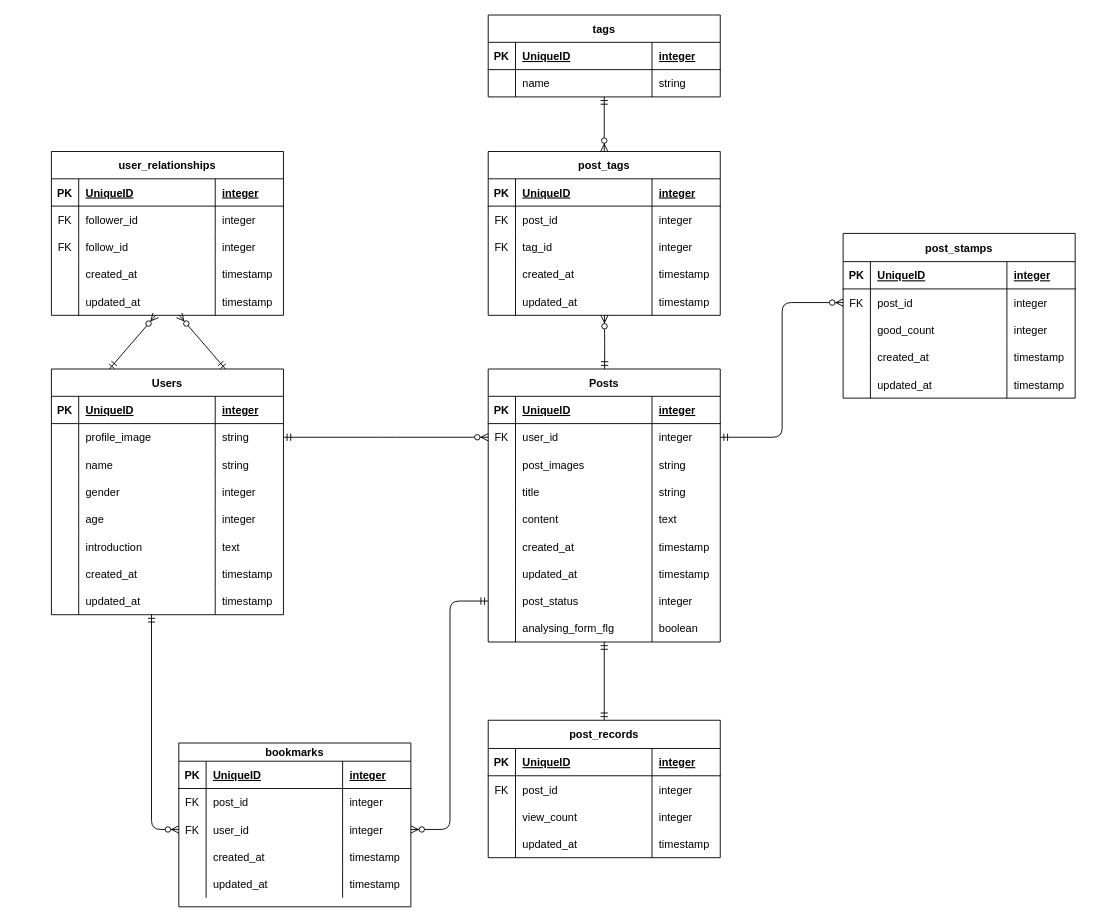
Above: er_figure.drawio in Hanakus0/ideas_collection (draw.io), before the change. Source tidied: cells renumbered, new cells numbered last; positions are measured from the earlier drawing's top-left corner, leaving out a move shared by most shapes. Both pictures are drawn from the tidied source at 91%, with x=0, y=0 at pixel (51, 15).
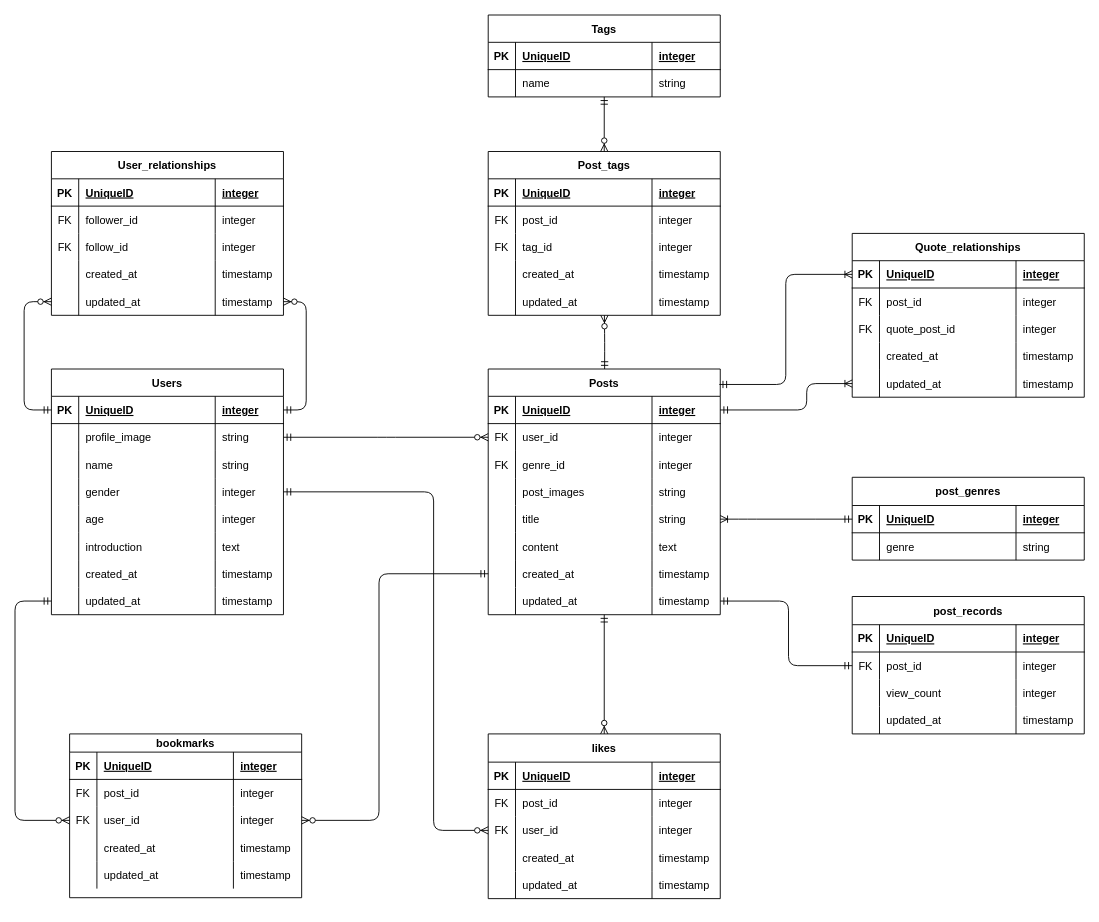
The same diagram, later.

The change refers to these unchanged cells:
```xml
<mxCell id="2" value="Users" style="shape=table;startSize=30;childLayout=tableLayout;rowLines=0;fontStyle=1;align=center;" parent="1" vertex="1">
  <mxGeometry y="389" width="255" height="270" as="geometry" />
</mxCell>
<mxCell id="3" style="shape=tableRow;horizontal=0;startSize=0;swimlaneHead=0;swimlaneBody=0;fillColor=none;points=[[0,0.5],[1,0.5]];portConstraint=eastwest;top=0;left=0;right=0;bottom=1;" parent="2" vertex="1">
  <mxGeometry y="30" width="255" height="30" as="geometry" />
</mxCell>
<mxCell id="15" style="shape=tableRow;horizontal=0;startSize=0;swimlaneHead=0;swimlaneBody=0;fillColor=none;points=[[0,0.5],[1,0.5]];portConstraint=eastwest;top=0;left=0;right=0;bottom=0;" parent="2" vertex="1">
  <mxGeometry y="120" width="255" height="30" as="geometry" />
</mxCell>
<mxCell id="31" style="shape=tableRow;horizontal=0;startSize=0;swimlaneHead=0;swimlaneBody=0;fillColor=none;points=[[0,0.5],[1,0.5]];portConstraint=eastwest;top=0;left=0;right=0;bottom=0;" parent="2" vertex="1">
  <mxGeometry y="240" width="255" height="30" as="geometry" />
</mxCell>
<mxCell id="36" style="shape=tableRow;horizontal=0;startSize=0;swimlaneHead=0;swimlaneBody=0;fillColor=none;points=[[0,0.5],[1,0.5]];portConstraint=eastwest;top=0;left=0;right=0;bottom=1;" parent="35" vertex="1">
  <mxGeometry y="30" width="255" height="30" as="geometry" />
</mxCell>
<mxCell id="40" style="shape=tableRow;horizontal=0;startSize=0;swimlaneHead=0;swimlaneBody=0;fillColor=none;points=[[0,0.5],[1,0.5]];portConstraint=eastwest;top=0;left=0;right=0;bottom=0;" parent="35" vertex="1">
  <mxGeometry y="60" width="255" height="30" as="geometry" />
</mxCell>
<mxCell id="77" style="shape=tableRow;horizontal=0;startSize=0;swimlaneHead=0;swimlaneBody=0;fillColor=none;points=[[0,0.5],[1,0.5]];portConstraint=eastwest;top=0;left=0;right=0;bottom=0;" parent="72" vertex="1">
  <mxGeometry y="61" width="255" height="30" as="geometry" />
</mxCell>
<mxCell id="81" style="shape=tableRow;horizontal=0;startSize=0;swimlaneHead=0;swimlaneBody=0;fillColor=none;points=[[0,0.5],[1,0.5]];portConstraint=eastwest;top=0;left=0;right=0;bottom=0;" parent="72" vertex="1">
  <mxGeometry y="91" width="255" height="30" as="geometry" />
</mxCell>
<mxCell id="102" style="shape=tableRow;horizontal=0;startSize=0;swimlaneHead=0;swimlaneBody=0;fillColor=none;points=[[0,0.5],[1,0.5]];portConstraint=eastwest;top=0;left=0;right=0;bottom=0;" parent="93" vertex="1">
  <mxGeometry y="80" width="255" height="30" as="geometry" />
</mxCell>
<mxCell id="123" style="shape=tableRow;horizontal=0;startSize=0;swimlaneHead=0;swimlaneBody=0;fillColor=none;points=[[0,0.5],[1,0.5]];portConstraint=eastwest;top=0;left=0;right=0;bottom=0;" parent="118" vertex="1">
  <mxGeometry y="61" width="255" height="30" as="geometry" />
</mxCell>
<mxCell id="185" style="shape=tableRow;horizontal=0;startSize=0;swimlaneHead=0;swimlaneBody=0;fillColor=none;points=[[0,0.5],[1,0.5]];portConstraint=eastwest;top=0;left=0;right=0;bottom=0;" parent="168" vertex="1">
  <mxGeometry y="150" width="255" height="30" as="geometry" />
</mxCell>
```

What changed in the source:
```diff
@@
     <mxCell id="35" value="Posts" style="shape=table;startSize=30;childLayout=tableLayout;rowLines=0;fontStyle=1;align=center;" parent="1" vertex="1">
-      <mxGeometry x="480" y="389" width="255" height="300" as="geometry" />
+      <mxGeometry x="480" y="389" width="255" height="270" as="geometry" />
     </mxCell>
@@
+    <mxCell id="68" style="shape=tableRow;horizontal=0;startSize=0;swimlaneHead=0;swimlaneBody=0;fillColor=none;points=[[0,0.5],[1,0.5]];portConstraint=eastwest;top=0;left=0;right=0;bottom=0;" parent="35" vertex="1">
+      <mxGeometry y="90" width="255" height="30" as="geometry" />
+    </mxCell>
+    <mxCell id="69" value="FK" style="shape=partialRectangle;fillColor=none;top=0;left=0;bottom=0;right=0;overflow=hidden;" parent="68" vertex="1">
+      <mxGeometry width="30" height="30" as="geometry" />
+    </mxCell>
+    <mxCell id="70" value="genre_id" style="shape=partialRectangle;fillColor=none;top=0;left=0;bottom=0;right=0;align=left;spacingLeft=6;overflow=hidden;" parent="68" vertex="1">
+      <mxGeometry x="30" width="150" height="30" as="geometry" />
+    </mxCell>
+    <mxCell id="71" value="integer" style="shape=partialRectangle;fillColor=none;top=0;left=0;bottom=0;right=0;align=left;spacingLeft=6;overflow=hidden;" parent="68" vertex="1">
+      <mxGeometry x="180" width="75" height="30" as="geometry" />
+    </mxCell>
     <mxCell id="44" style="shape=tableRow;horizontal=0;startSize=0;swimlaneHead=0;swimlaneBody=0;fillColor=none;top=0;left=0;right=0;bottom=0;" parent="35" vertex="1">
-      <mxGeometry y="90" width="255" height="30" as="geometry" />
+      <mxGeometry y="120" width="255" height="30" as="geometry" />
     </mxCell>
@@
     <mxCell id="48" style="shape=tableRow;horizontal=0;startSize=0;swimlaneHead=0;swimlaneBody=0;fillColor=none;points=[[0,0.5],[1,0.5]];portConstraint=eastwest;top=0;left=0;right=0;bottom=0;" parent="35" vertex="1">
-      <mxGeometry y="120" width="255" height="30" as="geometry" />
+      <mxGeometry y="150" width="255" height="30" as="geometry" />
     </mxCell>
@@
     <mxCell id="52" style="shape=tableRow;horizontal=0;startSize=0;swimlaneHead=0;swimlaneBody=0;fillColor=none;top=0;left=0;right=0;bottom=0;" parent="35" vertex="1">
-      <mxGeometry y="150" width="255" height="30" as="geometry" />
+      <mxGeometry y="180" width="255" height="30" as="geometry" />
     </mxCell>
@@
     <mxCell id="56" style="shape=tableRow;horizontal=0;startSize=0;swimlaneHead=0;swimlaneBody=0;fillColor=none;points=[[0,0.5],[1,0.5]];portConstraint=eastwest;top=0;left=0;right=0;bottom=0;" parent="35" vertex="1">
-      <mxGeometry y="180" width="255" height="30" as="geometry" />
+      <mxGeometry y="210" width="255" height="30" as="geometry" />
     </mxCell>
@@
     <mxCell id="60" style="shape=tableRow;horizontal=0;startSize=0;swimlaneHead=0;swimlaneBody=0;fillColor=none;points=[[0,0.5],[1,0.5]];portConstraint=eastwest;top=0;left=0;right=0;bottom=0;" parent="35" vertex="1">
-      <mxGeometry y="210" width="255" height="30" as="geometry" />
+      <mxGeometry y="240" width="255" height="30" as="geometry" />
     </mxCell>
@@
-    <mxCell id="64" style="shape=tableRow;horizontal=0;startSize=0;swimlaneHead=0;swimlaneBody=0;fillColor=none;points=[[0,0.5],[1,0.5]];portConstraint=eastwest;top=0;left=0;right=0;bottom=0;" parent="35" vertex="1">
-      <mxGeometry y="240" width="255" height="30" as="geometry" />
-    </mxCell>
-    <mxCell id="65" style="shape=partialRectangle;fillColor=none;top=0;left=0;bottom=0;right=0;overflow=hidden;" parent="64" vertex="1">
-      <mxGeometry width="30" height="30" as="geometry" />
-    </mxCell>
-    <mxCell id="66" value="post_status" style="shape=partialRectangle;fillColor=none;top=0;left=0;bottom=0;right=0;align=left;spacingLeft=6;overflow=hidden;" parent="64" vertex="1">
-      <mxGeometry x="30" width="150" height="30" as="geometry" />
-    </mxCell>
-    <mxCell id="67" value="integer" style="shape=partialRectangle;fillColor=none;top=0;left=0;bottom=0;right=0;align=left;spacingLeft=6;overflow=hidden;" parent="64" vertex="1">
-      <mxGeometry x="180" width="75" height="30" as="geometry" />
-    </mxCell>
-    <mxCell id="68" style="shape=tableRow;horizontal=0;startSize=0;swimlaneHead=0;swimlaneBody=0;fillColor=none;points=[[0,0.5],[1,0.5]];portConstraint=eastwest;top=0;left=0;right=0;bottom=0;" parent="35" vertex="1">
-      <mxGeometry y="270" width="255" height="30" as="geometry" />
-    </mxCell>
-    <mxCell id="69" style="shape=partialRectangle;fillColor=none;top=0;left=0;bottom=0;right=0;overflow=hidden;" parent="68" vertex="1">
-      <mxGeometry width="30" height="30" as="geometry" />
-    </mxCell>
-    <mxCell id="70" value="analysing_form_flg" style="shape=partialRectangle;fillColor=none;top=0;left=0;bottom=0;right=0;align=left;spacingLeft=6;overflow=hidden;" parent="68" vertex="1">
-      <mxGeometry x="30" width="150" height="30" as="geometry" />
-    </mxCell>
-    <mxCell id="71" value="boolean" style="shape=partialRectangle;fillColor=none;top=0;left=0;bottom=0;right=0;align=left;spacingLeft=6;overflow=hidden;" parent="68" vertex="1">
-      <mxGeometry x="180" width="75" height="30" as="geometry" />
-    </mxCell>
-    <mxCell id="72" value="post_stamps" style="shape=table;startSize=31;childLayout=tableLayout;rowLines=0;fontStyle=1;align=center;" parent="1" vertex="1">
-      <mxGeometry x="870" y="240" width="255" height="181" as="geometry" />
+    <mxCell id="72" value="likes" style="shape=table;startSize=31;childLayout=tableLayout;rowLines=0;fontStyle=1;align=center;" parent="1" vertex="1">
+      <mxGeometry x="480" y="790" width="255" height="181" as="geometry" />
     </mxCell>
@@
-    <mxCell id="82" style="shape=partialRectangle;fillColor=none;top=0;left=0;bottom=0;right=0;overflow=hidden;" parent="81" vertex="1">
+    <mxCell id="82" value="FK" style="shape=partialRectangle;fillColor=none;top=0;left=0;bottom=0;right=0;overflow=hidden;" parent="81" vertex="1">
       <mxGeometry width="30" height="30" as="geometry" />
     </mxCell>
-    <mxCell id="83" value="good_count" style="shape=partialRectangle;fillColor=none;top=0;left=0;bottom=0;right=0;align=left;spacingLeft=6;overflow=hidden;" parent="81" vertex="1">
+    <mxCell id="83" value="user_id" style="shape=partialRectangle;fillColor=none;top=0;left=0;bottom=0;right=0;align=left;spacingLeft=6;overflow=hidden;" parent="81" vertex="1">
       <mxGeometry x="30" width="150" height="30" as="geometry" />
     </mxCell>
@@
     <mxCell id="93" value="bookmarks" style="shape=table;startSize=20;childLayout=tableLayout;rowLines=0;fontStyle=1;align=center;" parent="1" vertex="1">
-      <mxGeometry x="140" y="800" width="255" height="180" as="geometry" />
+      <mxGeometry x="20" y="790" width="255" height="180" as="geometry" />
     </mxCell>
@@
-    <mxCell id="114" style="edgeStyle=elbowEdgeStyle;fontSize=12;html=1;endArrow=ERzeroToMany;startArrow=ERmandOne;elbow=vertical;" parent="1" edge="1" source="31" target="102">
+    <mxCell id="114" style="edgeStyle=elbowEdgeStyle;fontSize=12;html=1;endArrow=ERzeroToMany;startArrow=ERmandOne;elbow=vertical;exitX=0;exitY=0.5;exitDx=0;exitDy=0;" parent="1" edge="1" source="31" target="102">
       <mxGeometry relative="1" as="geometry">
         <Array as="points">
+          <mxPoint x="-40" y="710" />
           <mxPoint x="110" y="895" />
         </Array>
       </mxGeometry>
     </mxCell>
@@
-    <mxCell id="116" style="edgeStyle=elbowEdgeStyle;fontSize=12;html=1;endArrow=ERzeroToMany;startArrow=ERmandOne;exitX=0;exitY=0.5;exitDx=0;exitDy=0;" parent="1" edge="1" source="64" target="102">
-      <mxGeometry relative="1" as="geometry" />
+    <mxCell id="116" style="edgeStyle=elbowEdgeStyle;fontSize=12;html=1;endArrow=ERzeroToMany;startArrow=ERmandOne;exitX=0;exitY=0.5;exitDx=0;exitDy=0;" parent="1" edge="1" source="56" target="102">
+      <mxGeometry relative="1" as="geometry">
+        <Array as="points">
+          <mxPoint x="360" y="770" />
+        </Array>
+      </mxGeometry>
     </mxCell>
-    <mxCell id="117" style="fontSize=12;html=1;endArrow=ERzeroToMany;startArrow=ERmandOne;edgeStyle=elbowEdgeStyle;" parent="1" edge="1" source="40" target="77">
+    <mxCell id="117" style="fontSize=12;html=1;endArrow=ERzeroToMany;startArrow=ERmandOne;entryX=0.5;entryY=0;entryDx=0;entryDy=0;" parent="1" edge="1" source="60" target="72">
       <mxGeometry relative="1" as="geometry" />
     </mxCell>
     <mxCell id="118" value="post_records" style="shape=table;startSize=31;childLayout=tableLayout;rowLines=0;fontStyle=1;align=center;" parent="1" vertex="1">
-      <mxGeometry x="480" y="775" width="255" height="151" as="geometry" />
+      <mxGeometry x="880" y="639" width="255" height="151" as="geometry" />
     </mxCell>
@@
-    <mxCell id="135" style="fontSize=12;html=1;endArrow=ERmandOne;startArrow=ERmandOne;" parent="1" edge="1" source="118" target="68">
-      <mxGeometry relative="1" as="geometry" />
+    <mxCell id="135" style="fontSize=12;html=1;endArrow=ERmandOne;startArrow=ERmandOne;entryX=1;entryY=0.5;entryDx=0;entryDy=0;exitX=0;exitY=0.5;exitDx=0;exitDy=0;edgeStyle=elbowEdgeStyle;" parent="1" edge="1" source="123" target="60">
+      <mxGeometry relative="1" as="geometry">
+        <Array as="points">
+          <mxPoint x="810" y="690" />
+          <mxPoint x="810" y="740" />
+        </Array>
+      </mxGeometry>
     </mxCell>
-    <mxCell id="136" value="post_tags" style="shape=table;startSize=30;childLayout=tableLayout;rowLines=0;fontStyle=1;align=center;" parent="1" vertex="1">
+    <mxCell id="136" value="Post_tags" style="shape=table;startSize=30;childLayout=tableLayout;rowLines=0;fontStyle=1;align=center;" parent="1" vertex="1">
       <mxGeometry x="480" y="150" width="255" height="180" as="geometry" />
     </mxCell>
@@
-    <mxCell id="157" value="tags" style="shape=table;startSize=30;childLayout=tableLayout;rowLines=0;fontStyle=1;align=center;" parent="1" vertex="1">
+    <mxCell id="157" value="Tags" style="shape=table;startSize=30;childLayout=tableLayout;rowLines=0;fontStyle=1;align=center;" parent="1" vertex="1">
       <mxGeometry x="480" width="255" height="90" as="geometry" />
     </mxCell>
@@
-    <mxCell id="168" value="user_relationships" style="shape=table;startSize=30;childLayout=tableLayout;rowLines=0;fontStyle=1;align=center;" parent="1" vertex="1">
+    <mxCell id="168" value="User_relationships" style="shape=table;startSize=30;childLayout=tableLayout;rowLines=0;fontStyle=1;align=center;" parent="1" vertex="1">
       <mxGeometry y="150" width="255" height="180" as="geometry" />
     </mxCell>
@@
-    <mxCell id="189" style="fontSize=12;html=1;endArrow=ERzeroToMany;startArrow=ERmandOne;exitX=0.25;exitY=0;exitDx=0;exitDy=0;" parent="1" edge="1" source="2" target="185">
-      <mxGeometry relative="1" as="geometry" />
+    <mxCell id="189" style="fontSize=12;html=1;endArrow=ERzeroToMany;startArrow=ERmandOne;exitX=0;exitY=0.5;exitDx=0;exitDy=0;entryX=0;entryY=0.5;entryDx=0;entryDy=0;edgeStyle=elbowEdgeStyle;" parent="1" edge="1" source="3" target="185">
+      <mxGeometry relative="1" as="geometry">
+        <Array as="points">
+          <mxPoint x="-30" y="360" />
+          <mxPoint x="-50" y="375" />
+        </Array>
+      </mxGeometry>
     </mxCell>
-    <mxCell id="190" style="fontSize=12;html=1;endArrow=ERzeroToMany;startArrow=ERmandOne;exitX=0.75;exitY=0;exitDx=0;exitDy=0;" parent="1" edge="1" source="2" target="185">
-      <mxGeometry relative="1" as="geometry" />
+    <mxCell id="190" style="fontSize=12;html=1;endArrow=ERzeroToMany;startArrow=ERmandOne;exitX=1;exitY=0.5;exitDx=0;exitDy=0;entryX=1;entryY=0.5;entryDx=0;entryDy=0;edgeStyle=elbowEdgeStyle;" parent="1" edge="1" source="3" target="185">
+      <mxGeometry relative="1" as="geometry">
+        <Array as="points">
+          <mxPoint x="280" y="375" />
+        </Array>
+      </mxGeometry>
     </mxCell>
+    <mxCell id="191" style="fontSize=12;html=1;endArrow=ERzeroToMany;startArrow=ERmandOne;edgeStyle=elbowEdgeStyle;entryX=0;entryY=0.5;entryDx=0;entryDy=0;exitX=1;exitY=0.5;exitDx=0;exitDy=0;" parent="1" edge="1" source="15" target="81">
+      <mxGeometry relative="1" as="geometry">
+        <Array as="points">
+          <mxPoint x="420" y="740" />
+          <mxPoint x="450" y="720" />
+        </Array>
+      </mxGeometry>
+    </mxCell>
+    <mxCell id="192" value="post_genres" style="shape=table;startSize=31;childLayout=tableLayout;rowLines=0;fontStyle=1;align=center;" parent="1" vertex="1">
+      <mxGeometry x="880" y="508" width="255" height="91" as="geometry" />
+    </mxCell>
+    <mxCell id="193" style="shape=tableRow;horizontal=0;startSize=0;swimlaneHead=0;swimlaneBody=0;fillColor=none;points=[[0,0.5],[1,0.5]];portConstraint=eastwest;top=0;left=0;right=0;bottom=1;" parent="192" vertex="1">
+      <mxGeometry y="31" width="255" height="30" as="geometry" />
+    </mxCell>
+    <mxCell id="194" value="PK" style="shape=partialRectangle;fillColor=none;top=0;left=0;bottom=0;right=0;fontStyle=1;overflow=hidden;" parent="193" vertex="1">
+      <mxGeometry width="30" height="30" as="geometry" />
+    </mxCell>
+    <mxCell id="195" value="UniqueID" style="shape=partialRectangle;fillColor=none;top=0;left=0;bottom=0;right=0;align=left;spacingLeft=6;fontStyle=5;overflow=hidden;" parent="193" vertex="1">
+      <mxGeometry x="30" width="150" height="30" as="geometry" />
+    </mxCell>
+    <mxCell id="196" value="integer" style="shape=partialRectangle;fillColor=none;top=0;left=0;bottom=0;right=0;align=left;spacingLeft=6;fontStyle=5;overflow=hidden;" parent="193" vertex="1">
+      <mxGeometry x="180" width="75" height="30" as="geometry" />
+    </mxCell>
+    <mxCell id="197" style="shape=tableRow;horizontal=0;startSize=0;swimlaneHead=0;swimlaneBody=0;fillColor=none;top=0;left=0;right=0;bottom=0;" parent="192" vertex="1">
+      <mxGeometry y="61" width="255" height="30" as="geometry" />
+    </mxCell>
+    <mxCell id="198" style="shape=partialRectangle;fillColor=none;top=0;left=0;bottom=0;right=0;overflow=hidden;" parent="197" vertex="1">
+      <mxGeometry width="30" height="30" as="geometry" />
+    </mxCell>
+    <mxCell id="199" value="genre" style="shape=partialRectangle;fillColor=none;top=0;left=0;bottom=0;right=0;align=left;spacingLeft=6;overflow=hidden;" parent="197" vertex="1">
+      <mxGeometry x="30" width="150" height="30" as="geometry" />
+    </mxCell>
+    <mxCell id="200" value="string" style="shape=partialRectangle;fillColor=none;top=0;left=0;bottom=0;right=0;align=left;spacingLeft=6;overflow=hidden;" parent="197" vertex="1">
+      <mxGeometry x="180" width="75" height="30" as="geometry" />
+    </mxCell>
+    <mxCell id="201" style="edgeStyle=entityRelationEdgeStyle;fontSize=12;html=1;endArrow=ERoneToMany;startArrow=ERmandOne;exitX=0;exitY=0.5;exitDx=0;exitDy=0;entryX=1;entryY=0.5;entryDx=0;entryDy=0;" parent="1" edge="1" source="193" target="48">
+      <mxGeometry relative="1" as="geometry" />
+    </mxCell>
+    <mxCell id="202" value="Quote_relationships" style="shape=table;startSize=30;childLayout=tableLayout;rowLines=0;fontStyle=1;align=center;" parent="1" vertex="1">
+      <mxGeometry x="880" y="240" width="255" height="180" as="geometry" />
+    </mxCell>
+    <mxCell id="203" style="shape=tableRow;horizontal=0;startSize=0;swimlaneHead=0;swimlaneBody=0;fillColor=none;points=[[0,0.5],[1,0.5]];portConstraint=eastwest;top=0;left=0;right=0;bottom=1;" parent="202" vertex="1">
+      <mxGeometry y="30" width="255" height="30" as="geometry" />
+    </mxCell>
+    <mxCell id="204" value="PK" style="shape=partialRectangle;fillColor=none;top=0;left=0;bottom=0;right=0;fontStyle=1;overflow=hidden;" parent="203" vertex="1">
+      <mxGeometry width="30" height="30" as="geometry" />
+    </mxCell>
+    <mxCell id="205" value="UniqueID" style="shape=partialRectangle;fillColor=none;top=0;left=0;bottom=0;right=0;align=left;spacingLeft=6;fontStyle=5;overflow=hidden;" parent="203" vertex="1">
+      <mxGeometry x="30" width="150" height="30" as="geometry" />
+    </mxCell>
+    <mxCell id="206" value="integer" style="shape=partialRectangle;fillColor=none;top=0;left=0;bottom=0;right=0;align=left;spacingLeft=6;fontStyle=5;overflow=hidden;" parent="203" vertex="1">
+      <mxGeometry x="180" width="75" height="30" as="geometry" />
+    </mxCell>
+    <mxCell id="207" style="shape=tableRow;horizontal=0;startSize=0;swimlaneHead=0;swimlaneBody=0;fillColor=none;top=0;left=0;right=0;bottom=0;" parent="202" vertex="1">
+      <mxGeometry y="60" width="255" height="30" as="geometry" />
+    </mxCell>
+    <mxCell id="208" value="FK" style="shape=partialRectangle;fillColor=none;top=0;left=0;bottom=0;right=0;overflow=hidden;" parent="207" vertex="1">
+      <mxGeometry width="30" height="30" as="geometry" />
+    </mxCell>
+    <mxCell id="209" value="post_id" style="shape=partialRectangle;fillColor=none;top=0;left=0;bottom=0;right=0;align=left;spacingLeft=6;overflow=hidden;" parent="207" vertex="1">
+      <mxGeometry x="30" width="150" height="30" as="geometry" />
+    </mxCell>
+    <mxCell id="210" value="integer" style="shape=partialRectangle;fillColor=none;top=0;left=0;bottom=0;right=0;align=left;spacingLeft=6;overflow=hidden;" parent="207" vertex="1">
+      <mxGeometry x="180" width="75" height="30" as="geometry" />
+    </mxCell>
+    <mxCell id="211" style="shape=tableRow;horizontal=0;startSize=0;swimlaneHead=0;swimlaneBody=0;fillColor=none;top=0;left=0;right=0;bottom=0;" parent="202" vertex="1">
+      <mxGeometry y="90" width="255" height="30" as="geometry" />
+    </mxCell>
+    <mxCell id="212" value="FK" style="shape=partialRectangle;fillColor=none;top=0;left=0;bottom=0;right=0;overflow=hidden;" parent="211" vertex="1">
+      <mxGeometry width="30" height="30" as="geometry" />
+    </mxCell>
+    <mxCell id="213" value="quote_post_id" style="shape=partialRectangle;fillColor=none;top=0;left=0;bottom=0;right=0;align=left;spacingLeft=6;overflow=hidden;" parent="211" vertex="1">
+      <mxGeometry x="30" width="150" height="30" as="geometry" />
+    </mxCell>
+    <mxCell id="214" value="integer" style="shape=partialRectangle;fillColor=none;top=0;left=0;bottom=0;right=0;align=left;spacingLeft=6;overflow=hidden;" parent="211" vertex="1">
+      <mxGeometry x="180" width="75" height="30" as="geometry" />
+    </mxCell>
+    <mxCell id="215" style="shape=tableRow;horizontal=0;startSize=0;swimlaneHead=0;swimlaneBody=0;fillColor=none;top=0;left=0;right=0;bottom=0;" parent="202" vertex="1">
+      <mxGeometry y="120" width="255" height="30" as="geometry" />
+    </mxCell>
+    <mxCell id="216" style="shape=partialRectangle;fillColor=none;top=0;left=0;bottom=0;right=0;overflow=hidden;" parent="215" vertex="1">
+      <mxGeometry width="30" height="30" as="geometry" />
+    </mxCell>
+    <mxCell id="217" value="created_at" style="shape=partialRectangle;fillColor=none;top=0;left=0;bottom=0;right=0;align=left;spacingLeft=6;overflow=hidden;" parent="215" vertex="1">
+      <mxGeometry x="30" width="150" height="30" as="geometry" />
+    </mxCell>
+    <mxCell id="218" value="timestamp" style="shape=partialRectangle;fillColor=none;top=0;left=0;bottom=0;right=0;align=left;spacingLeft=6;overflow=hidden;" parent="215" vertex="1">
+      <mxGeometry x="180" width="75" height="30" as="geometry" />
+    </mxCell>
+    <mxCell id="219" style="shape=tableRow;horizontal=0;startSize=0;swimlaneHead=0;swimlaneBody=0;fillColor=none;points=[[0,0.5],[1,0.5]];portConstraint=eastwest;top=0;left=0;right=0;bottom=0;" parent="202" vertex="1">
+      <mxGeometry y="150" width="255" height="30" as="geometry" />
+    </mxCell>
+    <mxCell id="220" style="shape=partialRectangle;fillColor=none;top=0;left=0;bottom=0;right=0;overflow=hidden;" parent="219" vertex="1">
+      <mxGeometry width="30" height="30" as="geometry" />
+    </mxCell>
+    <mxCell id="221" value="updated_at" style="shape=partialRectangle;fillColor=none;top=0;left=0;bottom=0;right=0;align=left;spacingLeft=6;overflow=hidden;" parent="219" vertex="1">
+      <mxGeometry x="30" width="150" height="30" as="geometry" />
+    </mxCell>
+    <mxCell id="222" value="timestamp" style="shape=partialRectangle;fillColor=none;top=0;left=0;bottom=0;right=0;align=left;spacingLeft=6;overflow=hidden;" parent="219" vertex="1">
+      <mxGeometry x="180" width="75" height="30" as="geometry" />
+    </mxCell>
+    <mxCell id="223" style="edgeStyle=elbowEdgeStyle;fontSize=12;html=1;endArrow=ERoneToMany;startArrow=ERmandOne;exitX=0.996;exitY=0.063;exitDx=0;exitDy=0;entryX=0;entryY=0.5;entryDx=0;entryDy=0;exitPerimeter=0;" parent="1" edge="1" source="35" target="203">
+      <mxGeometry relative="1" as="geometry" />
+    </mxCell>
+    <mxCell id="224" style="edgeStyle=elbowEdgeStyle;fontSize=12;html=1;endArrow=ERoneToMany;startArrow=ERmandOne;exitX=1;exitY=0.5;exitDx=0;exitDy=0;entryX=0;entryY=0.5;entryDx=0;entryDy=0;" parent="1" edge="1" source="36" target="219">
+      <mxGeometry relative="1" as="geometry">
+        <Array as="points">
+          <mxPoint x="830" y="420" />
+        </Array>
+      </mxGeometry>
+    </mxCell>
```
